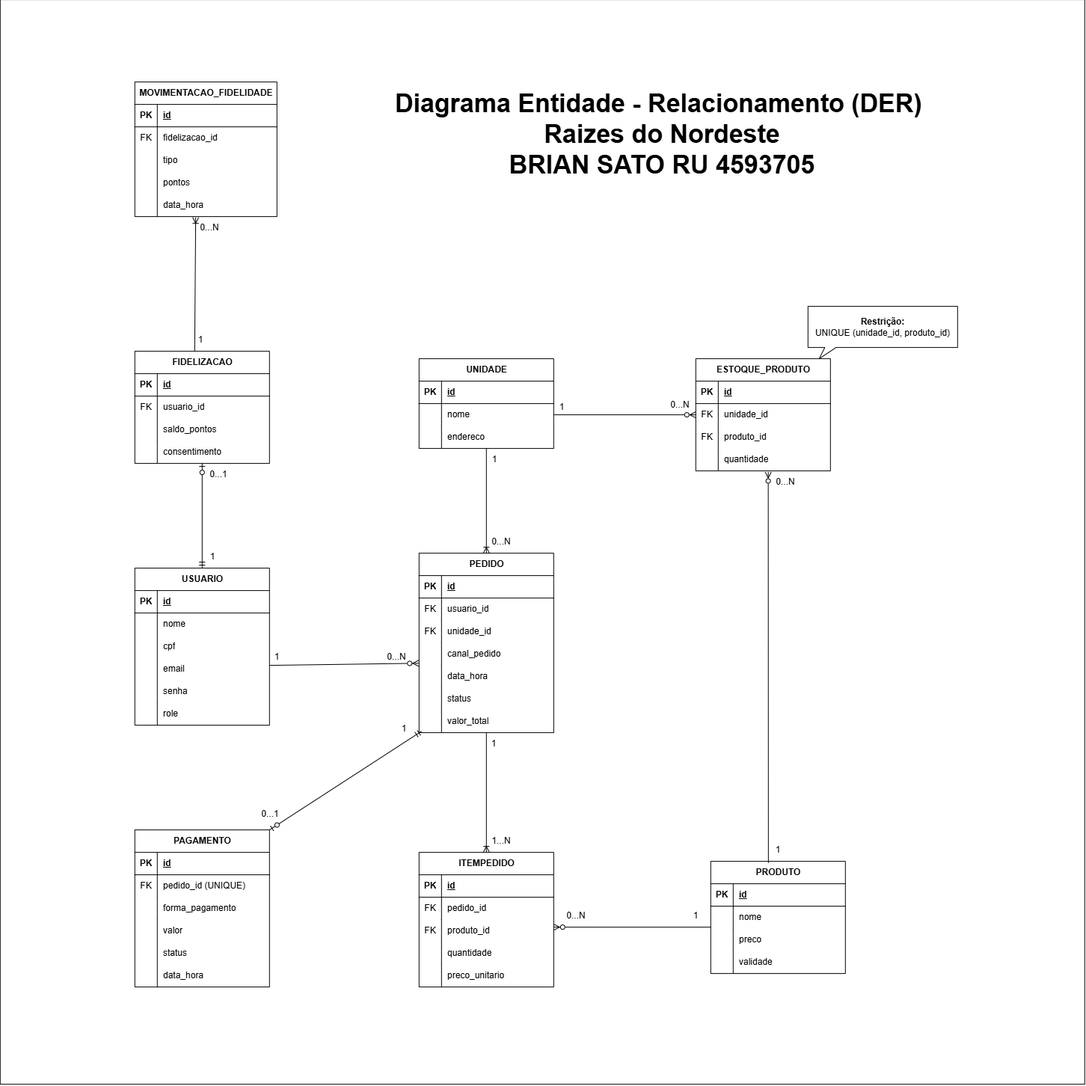
The draw.io diagram documentacao/diagramas/projeto_multidiciplinar_DER.drawio.png in BrianSato/raizes-do-nordeste, before a commit. Source tidied: cells renumbered, new cells last; positions are measured from the earlier drawing's top-left corner, leaving out a move shared by most shapes.
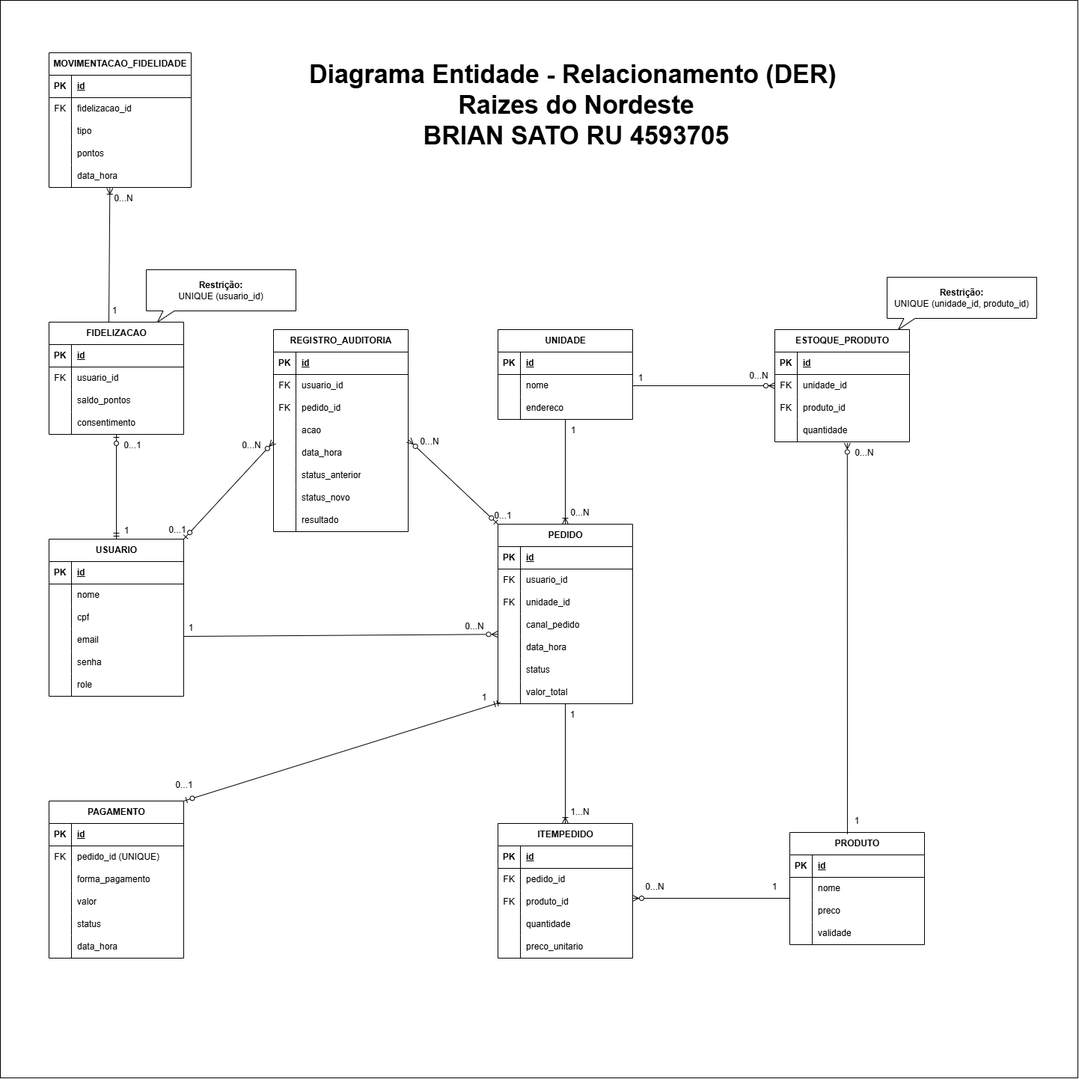
Above is the later version.

Commit message:
docs: atualiza DER e instruções dos testes de cancelamento

What changed in the source:
```diff
@@ -3,7 +3,7 @@
     <mxCell id="0" />
     <mxCell id="1" parent="0" />
     <mxCell id="2" style="whiteSpace=wrap;html=1;" parent="1" vertex="1">
-      <mxGeometry width="1450" height="1450" as="geometry" />
+      <mxGeometry x="-105" y="40" width="1440" height="1440" as="geometry" />
     </mxCell>
     <mxCell id="3" value="PRODUTO" style="shape=table;startSize=30;rowLines=0;fontStyle=1;align=center;html=1;" parent="1" vertex="1">
       <mxGeometry x="950" y="1152" width="180" height="150" as="geometry" />
@@ -189,7 +189,7 @@
       <mxGeometry x="30" width="150" height="30" as="geometry" />
     </mxCell>
     <mxCell id="64" value="USUARIO" style="shape=table;startSize=30;rowLines=0;fontStyle=1;align=center;html=1;" parent="1" vertex="1">
-      <mxGeometry x="180" y="760" width="180" height="210" as="geometry" />
+      <mxGeometry x="-40" y="760" width="180" height="210" as="geometry" />
     </mxCell>
     <mxCell id="65" style="shape=tableRow;horizontal=0;startSize=0;swimlaneHead=0;swimlaneBody=0;fillColor=none;top=0;left=0;right=0;bottom=1;" parent="64" vertex="1">
       <mxGeometry y="30" width="180" height="30" as="geometry" />
@@ -246,7 +246,7 @@
       <mxGeometry x="30" width="150" height="30" as="geometry" />
     </mxCell>
     <mxCell id="83" value="PAGAMENTO" style="shape=table;startSize=30;rowLines=0;fontStyle=1;align=center;html=1;" parent="1" vertex="1">
-      <mxGeometry x="180" y="1110" width="180" height="210" as="geometry" />
+      <mxGeometry x="-40" y="1110" width="180" height="210" as="geometry" />
     </mxCell>
     <mxCell id="84" style="shape=tableRow;horizontal=0;startSize=0;swimlaneHead=0;swimlaneBody=0;fillColor=none;top=0;left=0;right=0;bottom=1;" parent="83" vertex="1">
       <mxGeometry y="30" width="180" height="30" as="geometry" />
@@ -303,7 +303,7 @@
       <mxGeometry x="30" width="150" height="30" as="geometry" />
     </mxCell>
     <mxCell id="102" value="FIDELIZACAO" style="shape=table;startSize=30;rowLines=0;fontStyle=1;align=center;html=1;" parent="1" vertex="1">
-      <mxGeometry x="180" y="470" width="180" height="150" as="geometry" />
+      <mxGeometry x="-40" y="470" width="180" height="150" as="geometry" />
     </mxCell>
     <mxCell id="103" style="shape=tableRow;horizontal=0;startSize=0;swimlaneHead=0;swimlaneBody=0;fillColor=none;top=0;left=0;right=0;bottom=1;" parent="102" vertex="1">
       <mxGeometry y="30" width="180" height="30" as="geometry" />
@@ -342,7 +342,7 @@
       <mxGeometry x="30" width="150" height="30" as="geometry" />
     </mxCell>
     <mxCell id="115" value="MOVIMENTACAO_FIDELIDADE" style="shape=table;startSize=30;rowLines=0;fontStyle=1;align=center;html=1;" parent="1" vertex="1">
-      <mxGeometry x="180" y="110" width="190" height="180" as="geometry" />
+      <mxGeometry x="-40" y="110" width="190" height="180" as="geometry" />
     </mxCell>
     <mxCell id="116" style="shape=tableRow;horizontal=0;startSize=0;swimlaneHead=0;swimlaneBody=0;fillColor=none;top=0;left=0;right=0;bottom=1;" parent="115" vertex="1">
       <mxGeometry y="30" width="190" height="30" as="geometry" />
@@ -455,30 +455,30 @@
     </mxCell>
     <mxCell id="150" style="fontSize=12;html=1;endArrow=ERzeroToOne;startArrow=ERmandOne;rounded=0;exitX=0.5;exitY=0;exitDx=0;exitDy=0;" parent="1" edge="1" source="64">
       <mxGeometry relative="1" as="geometry">
-        <mxPoint x="270" y="620" as="targetPoint" />
+        <mxPoint x="50" y="620" as="targetPoint" />
       </mxGeometry>
     </mxCell>
     <mxCell id="151" style="fontSize=12;html=1;endArrow=ERoneToMany;rounded=0;entryX=0.428;entryY=1.037;entryDx=0;entryDy=0;exitX=0.997;exitY=0.9;exitDx=0;exitDy=0;exitPerimeter=0;entryPerimeter=0;" parent="1" edge="1" target="128">
       <mxGeometry relative="1" as="geometry">
-        <mxPoint x="260" y="470" as="sourcePoint" />
+        <mxPoint x="40" y="470" as="sourcePoint" />
       </mxGeometry>
     </mxCell>
     <mxCell id="152" style="fontSize=12;html=1;endArrow=ERzeroToMany;startArrow=none;rounded=0;entryX=-0.003;entryY=-0.093;entryDx=0;entryDy=0;entryPerimeter=0;endFill=0;startFill=0;" parent="1" edge="1" target="45">
       <mxGeometry relative="1" as="geometry">
-        <mxPoint x="360" y="890" as="sourcePoint" />
+        <mxPoint x="140" y="890" as="sourcePoint" />
       </mxGeometry>
     </mxCell>
     <mxCell id="153" value="&lt;b&gt;Restrição:&lt;/b&gt;&lt;div&gt;UNIQUE (unidade_id, produto_id)&lt;/div&gt;" style="whiteSpace=wrap;html=1;shape=mxgraph.basic.rectCallout;dx=30;dy=15;boundedLbl=1;fillColor=light-dark(#FFFFFF,#FF1047);direction=east;rotation=0;" parent="1" vertex="1">
       <mxGeometry x="1080" y="410" width="200" height="70" as="geometry" />
     </mxCell>
     <mxCell id="154" value="Diagrama Entidade - Relacionamento (DER)&amp;nbsp;&lt;div&gt;Raizes do Nordeste&lt;/div&gt;&lt;div&gt;BRIAN SATO RU 4593705&lt;/div&gt;" style="text;html=1;whiteSpace=wrap;strokeColor=none;fillColor=none;align=center;verticalAlign=middle;rounded=0;fontSize=34;fontStyle=1;" parent="1" vertex="1">
-      <mxGeometry x="480" y="110" width="810" height="140" as="geometry" />
+      <mxGeometry x="260" y="110" width="810" height="140" as="geometry" />
     </mxCell>
     <mxCell id="155" value="1" style="text;html=1;whiteSpace=wrap;strokeColor=none;fillColor=none;align=center;verticalAlign=middle;rounded=0;" parent="1" vertex="1">
-      <mxGeometry x="340" y="864" width="60" height="30" as="geometry" />
+      <mxGeometry x="120" y="864" width="60" height="30" as="geometry" />
     </mxCell>
     <mxCell id="156" value="0...N" style="text;html=1;whiteSpace=wrap;strokeColor=none;fillColor=none;align=center;verticalAlign=middle;rounded=0;" parent="1" vertex="1">
-      <mxGeometry x="500" y="864" width="60" height="30" as="geometry" />
+      <mxGeometry x="499" y="862" width="60" height="30" as="geometry" />
     </mxCell>
     <mxCell id="157" value="0...N" style="text;html=1;whiteSpace=wrap;strokeColor=none;fillColor=none;align=center;verticalAlign=middle;rounded=0;" parent="1" vertex="1">
       <mxGeometry x="640" y="710" width="60" height="30" as="geometry" />
@@ -508,25 +508,125 @@
       <mxGeometry x="1020" y="630" width="60" height="30" as="geometry" />
     </mxCell>
     <mxCell id="166" value="1" style="text;html=1;whiteSpace=wrap;strokeColor=none;fillColor=none;align=center;verticalAlign=middle;rounded=0;" parent="1" vertex="1">
-      <mxGeometry x="510" y="960" width="60" height="30" as="geometry" />
+      <mxGeometry x="512" y="957" width="60" height="30" as="geometry" />
     </mxCell>
     <mxCell id="167" value="0...1" style="text;html=1;whiteSpace=wrap;strokeColor=none;fillColor=none;align=center;verticalAlign=middle;rounded=0;" parent="1" vertex="1">
-      <mxGeometry x="331" y="1074" width="60" height="30" as="geometry" />
+      <mxGeometry x="111" y="1074" width="60" height="30" as="geometry" />
     </mxCell>
     <mxCell id="168" value="1" style="text;html=1;whiteSpace=wrap;strokeColor=none;fillColor=none;align=center;verticalAlign=middle;rounded=0;" parent="1" vertex="1">
-      <mxGeometry x="254" y="730" width="60" height="30" as="geometry" />
+      <mxGeometry x="34" y="734" width="60" height="30" as="geometry" />
     </mxCell>
     <mxCell id="169" value="0...1" style="text;html=1;whiteSpace=wrap;strokeColor=none;fillColor=none;align=center;verticalAlign=middle;rounded=0;" parent="1" vertex="1">
-      <mxGeometry x="262" y="620" width="60" height="30" as="geometry" />
+      <mxGeometry x="42" y="620" width="60" height="30" as="geometry" />
     </mxCell>
     <mxCell id="170" value="1" style="text;html=1;whiteSpace=wrap;strokeColor=none;fillColor=none;align=center;verticalAlign=middle;rounded=0;" parent="1" vertex="1">
-      <mxGeometry x="238" y="440" width="60" height="30" as="geometry" />
+      <mxGeometry x="18" y="440" width="60" height="30" as="geometry" />
     </mxCell>
     <mxCell id="171" value="0...N" style="text;html=1;whiteSpace=wrap;strokeColor=none;fillColor=none;align=center;verticalAlign=middle;rounded=0;" parent="1" vertex="1">
-      <mxGeometry x="250" y="290" width="60" height="30" as="geometry" />
+      <mxGeometry x="30" y="290" width="60" height="30" as="geometry" />
     </mxCell>
     <mxCell id="172" value="0...N" style="text;html=1;whiteSpace=wrap;strokeColor=none;fillColor=none;align=center;verticalAlign=middle;rounded=0;" parent="1" vertex="1">
       <mxGeometry x="879" y="527" width="60" height="30" as="geometry" />
     </mxCell>
+    <mxCell id="173" value="REGISTRO_AUDITORIA" style="shape=table;startSize=30;rowLines=0;fontStyle=1;align=center;html=1;" parent="1" vertex="1">
+      <mxGeometry x="260" y="480" width="180" height="270" as="geometry" />
+    </mxCell>
+    <mxCell id="174" style="shape=tableRow;horizontal=0;startSize=0;swimlaneHead=0;swimlaneBody=0;fillColor=none;top=0;left=0;right=0;bottom=1;" parent="173" vertex="1">
+      <mxGeometry y="30" width="180" height="30" as="geometry" />
+    </mxCell>
+    <mxCell id="175" value="PK" style="shape=partialRectangle;fillColor=none;top=0;left=0;bottom=0;right=0;fontStyle=1;overflow=hidden;whiteSpace=wrap;html=1;" parent="174" vertex="1">
+      <mxGeometry width="30" height="30" as="geometry" />
+    </mxCell>
+    <mxCell id="176" value="id" style="shape=partialRectangle;fillColor=none;top=0;left=0;bottom=0;right=0;align=left;spacingLeft=6;fontStyle=5;overflow=hidden;whiteSpace=wrap;html=1;" parent="174" vertex="1">
+      <mxGeometry x="30" width="150" height="30" as="geometry" />
+    </mxCell>
+    <mxCell id="177" style="shape=tableRow;horizontal=0;startSize=0;swimlaneHead=0;swimlaneBody=0;fillColor=none;top=0;left=0;right=0;bottom=0;" parent="173" vertex="1">
+      <mxGeometry y="60" width="180" height="30" as="geometry" />
+    </mxCell>
+    <mxCell id="178" value="FK" style="shape=partialRectangle;fillColor=none;top=0;left=0;bottom=0;right=0;overflow=hidden;whiteSpace=wrap;html=1;" parent="177" vertex="1">
+      <mxGeometry width="30" height="30" as="geometry" />
+    </mxCell>
+    <mxCell id="179" value="usuario_id" style="shape=partialRectangle;fillColor=none;top=0;left=0;bottom=0;right=0;align=left;spacingLeft=6;overflow=hidden;whiteSpace=wrap;html=1;" parent="177" vertex="1">
+      <mxGeometry x="30" width="150" height="30" as="geometry" />
+    </mxCell>
+    <mxCell id="180" style="shape=tableRow;horizontal=0;startSize=0;swimlaneHead=0;swimlaneBody=0;fillColor=none;top=0;left=0;right=0;bottom=0;" parent="173" vertex="1">
+      <mxGeometry y="90" width="180" height="30" as="geometry" />
+    </mxCell>
+    <mxCell id="181" value="FK" style="shape=partialRectangle;fillColor=none;top=0;left=0;bottom=0;right=0;overflow=hidden;whiteSpace=wrap;html=1;" parent="180" vertex="1">
+      <mxGeometry width="30" height="30" as="geometry" />
+    </mxCell>
+    <mxCell id="182" value="pedido_id" style="shape=partialRectangle;fillColor=none;top=0;left=0;bottom=0;right=0;align=left;spacingLeft=6;overflow=hidden;whiteSpace=wrap;html=1;" parent="180" vertex="1">
+      <mxGeometry x="30" width="150" height="30" as="geometry" />
+    </mxCell>
+    <mxCell id="183" style="shape=tableRow;horizontal=0;startSize=0;swimlaneHead=0;swimlaneBody=0;fillColor=none;points=[[0,0.5],[1,0.5]];portConstraint=eastwest;top=0;left=0;right=0;bottom=0;" parent="173" vertex="1">
+      <mxGeometry y="120" width="180" height="30" as="geometry" />
+    </mxCell>
+    <mxCell id="184" style="shape=partialRectangle;fillColor=none;top=0;left=0;bottom=0;right=0;overflow=hidden;whiteSpace=wrap;html=1;" parent="183" vertex="1">
+      <mxGeometry width="30" height="30" as="geometry" />
+    </mxCell>
+    <mxCell id="185" value="acao" style="shape=partialRectangle;fillColor=none;top=0;left=0;bottom=0;right=0;align=left;spacingLeft=6;overflow=hidden;whiteSpace=wrap;html=1;" parent="183" vertex="1">
+      <mxGeometry x="30" width="150" height="30" as="geometry" />
+    </mxCell>
+    <mxCell id="186" style="shape=tableRow;horizontal=0;startSize=0;swimlaneHead=0;swimlaneBody=0;fillColor=none;points=[[0,0.5],[1,0.5]];portConstraint=eastwest;top=0;left=0;right=0;bottom=0;" parent="173" vertex="1">
+      <mxGeometry y="150" width="180" height="30" as="geometry" />
+    </mxCell>
+    <mxCell id="187" style="shape=partialRectangle;fillColor=none;top=0;left=0;bottom=0;right=0;overflow=hidden;whiteSpace=wrap;html=1;" parent="186" vertex="1">
+      <mxGeometry width="30" height="30" as="geometry" />
+    </mxCell>
+    <mxCell id="188" value="data_hora" style="shape=partialRectangle;fillColor=none;top=0;left=0;bottom=0;right=0;align=left;spacingLeft=6;overflow=hidden;whiteSpace=wrap;html=1;" parent="186" vertex="1">
+      <mxGeometry x="30" width="150" height="30" as="geometry" />
+    </mxCell>
+    <mxCell id="189" style="shape=tableRow;horizontal=0;startSize=0;swimlaneHead=0;swimlaneBody=0;fillColor=none;top=0;left=0;right=0;bottom=0;" parent="173" vertex="1">
+      <mxGeometry y="180" width="180" height="30" as="geometry" />
+    </mxCell>
+    <mxCell id="190" style="shape=partialRectangle;fillColor=none;top=0;left=0;bottom=0;right=0;overflow=hidden;whiteSpace=wrap;html=1;" parent="189" vertex="1">
+      <mxGeometry width="30" height="30" as="geometry" />
+    </mxCell>
+    <mxCell id="191" value="status_anterior" style="shape=partialRectangle;fillColor=none;top=0;left=0;bottom=0;right=0;align=left;spacingLeft=6;overflow=hidden;whiteSpace=wrap;html=1;" parent="189" vertex="1">
+      <mxGeometry x="30" width="150" height="30" as="geometry" />
+    </mxCell>
+    <mxCell id="192" style="shape=tableRow;horizontal=0;startSize=0;swimlaneHead=0;swimlaneBody=0;fillColor=none;top=0;left=0;right=0;bottom=0;" parent="173" vertex="1">
+      <mxGeometry y="210" width="180" height="30" as="geometry" />
+    </mxCell>
+    <mxCell id="193" style="shape=partialRectangle;fillColor=none;top=0;left=0;bottom=0;right=0;overflow=hidden;whiteSpace=wrap;html=1;" parent="192" vertex="1">
+      <mxGeometry width="30" height="30" as="geometry" />
+    </mxCell>
+    <mxCell id="194" value="status_novo" style="shape=partialRectangle;fillColor=none;top=0;left=0;bottom=0;right=0;align=left;spacingLeft=6;overflow=hidden;whiteSpace=wrap;html=1;" parent="192" vertex="1">
+      <mxGeometry x="30" width="150" height="30" as="geometry" />
+    </mxCell>
+    <mxCell id="195" style="shape=tableRow;horizontal=0;startSize=0;swimlaneHead=0;swimlaneBody=0;fillColor=none;top=0;left=0;right=0;bottom=0;" parent="173" vertex="1">
+      <mxGeometry y="240" width="180" height="30" as="geometry" />
+    </mxCell>
+    <mxCell id="196" style="shape=partialRectangle;fillColor=none;top=0;left=0;bottom=0;right=0;overflow=hidden;whiteSpace=wrap;html=1;" parent="195" vertex="1">
+      <mxGeometry width="30" height="30" as="geometry" />
+    </mxCell>
+    <mxCell id="197" value="resultado" style="shape=partialRectangle;fillColor=none;top=0;left=0;bottom=0;right=0;align=left;spacingLeft=6;overflow=hidden;whiteSpace=wrap;html=1;" parent="195" vertex="1">
+      <mxGeometry x="30" width="150" height="30" as="geometry" />
+    </mxCell>
+    <mxCell id="198" style="fontSize=12;html=1;endArrow=ERzeroToMany;rounded=0;entryX=0;entryY=1;entryDx=0;entryDy=0;exitX=1;exitY=0.5;exitDx=0;exitDy=0;endFill=0;entryPerimeter=0;startArrow=ERzeroToOne;startFill=0;" parent="1" edge="1" target="183">
+      <mxGeometry relative="1" as="geometry">
+        <mxPoint x="140" y="760" as="sourcePoint" />
+      </mxGeometry>
+    </mxCell>
+    <mxCell id="199" value="0...1" style="text;html=1;whiteSpace=wrap;strokeColor=none;fillColor=none;align=center;verticalAlign=middle;rounded=0;" parent="1" vertex="1">
+      <mxGeometry x="102" y="733" width="60" height="30" as="geometry" />
+    </mxCell>
+    <mxCell id="200" value="0...N" style="text;html=1;whiteSpace=wrap;strokeColor=none;fillColor=none;align=center;verticalAlign=middle;rounded=0;" parent="1" vertex="1">
+      <mxGeometry x="201" y="620" width="60" height="30" as="geometry" />
+    </mxCell>
+    <mxCell id="201" style="fontSize=12;html=1;endArrow=ERzeroToMany;rounded=0;entryX=1.005;entryY=-0.077;entryDx=0;entryDy=0;exitX=1;exitY=0.5;exitDx=0;exitDy=0;endFill=0;entryPerimeter=0;startArrow=ERzeroToOne;startFill=0;" parent="1" edge="1" target="186">
+      <mxGeometry relative="1" as="geometry">
+        <mxPoint x="560" y="740" as="sourcePoint" />
+      </mxGeometry>
+    </mxCell>
+    <mxCell id="202" value="0...N" style="text;html=1;whiteSpace=wrap;strokeColor=none;fillColor=none;align=center;verticalAlign=middle;rounded=0;" parent="1" vertex="1">
+      <mxGeometry x="439" y="615" width="60" height="30" as="geometry" />
+    </mxCell>
+    <mxCell id="203" value="0...1" style="text;html=1;whiteSpace=wrap;strokeColor=none;fillColor=none;align=center;verticalAlign=middle;rounded=0;" parent="1" vertex="1">
+      <mxGeometry x="537" y="714" width="60" height="30" as="geometry" />
+    </mxCell>
+    <mxCell id="204" value="&lt;b&gt;Restrição:&lt;/b&gt;&lt;div&gt;UNIQUE (usuario_id)&lt;/div&gt;" style="whiteSpace=wrap;html=1;shape=mxgraph.basic.rectCallout;dx=30;dy=15;boundedLbl=1;fillColor=light-dark(#FFFFFF,#FF1047);direction=east;rotation=0;" parent="1" vertex="1">
+      <mxGeometry x="90" y="400" width="200" height="70" as="geometry" />
+    </mxCell>
   </root>
 </mxGraphModel>
```
